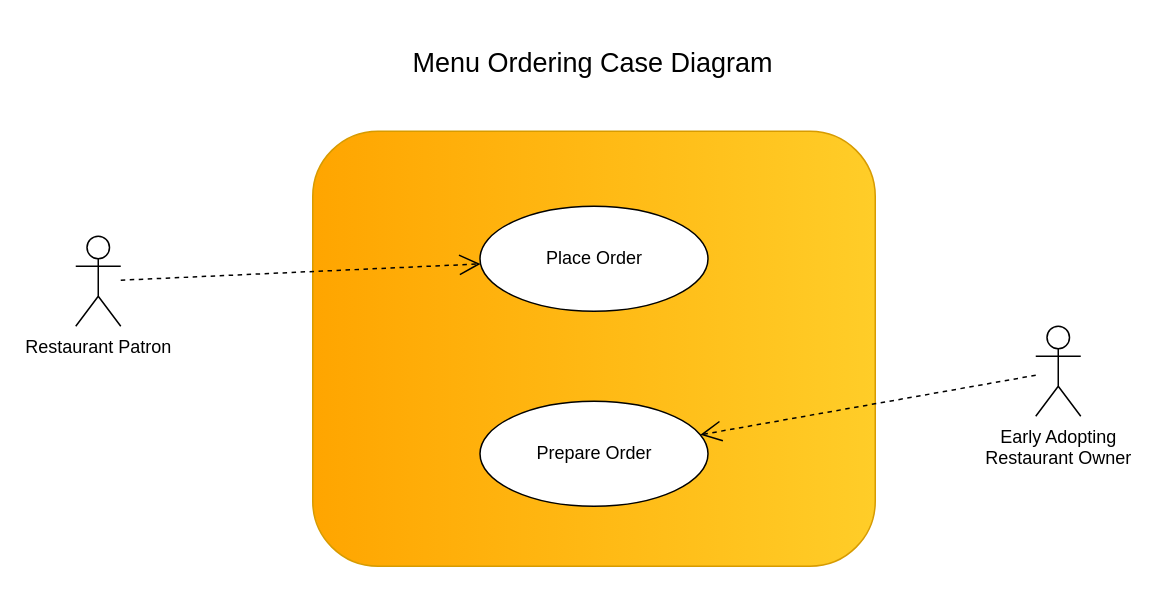
This is page "UseCase" (1 of 3) of diagrams/MenuOrderingDesign.drawio from k0nig1/verkauf-konig, a draw.io file, before an edit. Source tidied: cells renumbered, new cells numbered last; positions are measured from the earlier drawing's top-left corner, leaving out a move shared by most shapes. Both pictures are drawn from the tidied source at 150%, with x=0, y=0 at pixel (75, 26).
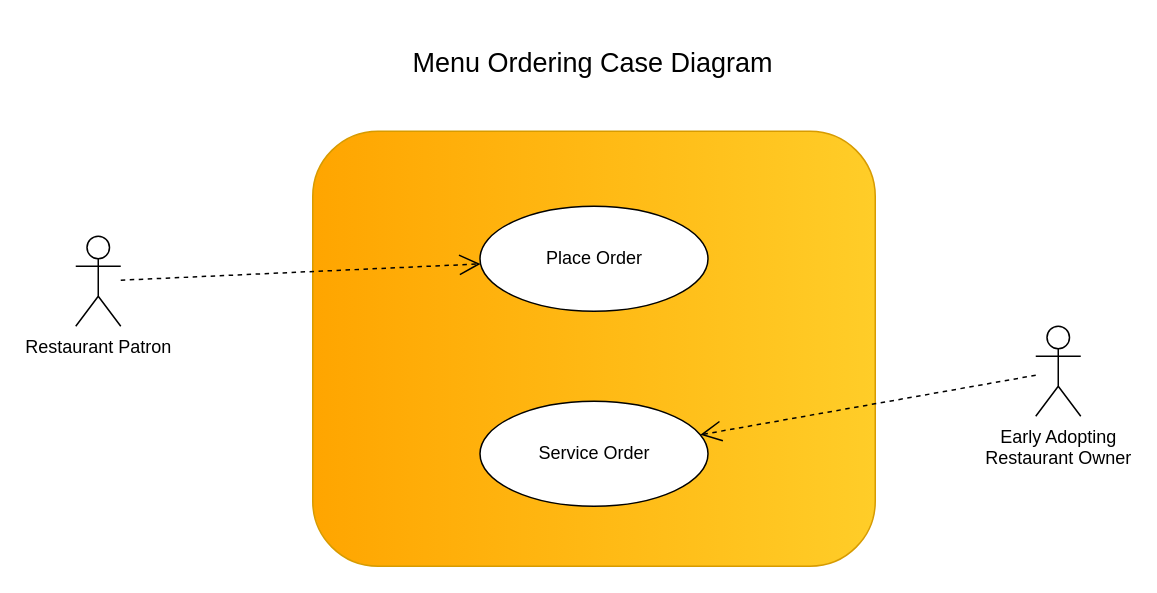
The same page after the edit.

The edit, as a diff of the source:
```diff
@@
 <mxGraphModel>
   <root>
     <mxCell id="0" />
     <mxCell id="1" parent="0" />
     <mxCell id="2" style="group;" parent="1" vertex="1">
       <mxGeometry x="158" y="70" width="375" height="290" as="geometry" />
     </mxCell>
     <mxCell id="3" style="rounded=1;whiteSpace=wrap;html=1;direction=south;fillColor=#ffcd28;strokeColor=#d79b00;gradientColor=#ffa500;" parent="2" vertex="1">
       <mxGeometry width="375" height="290" as="geometry" />
     </mxCell>
     <mxCell id="4" value="Place Order" style="ellipse;whiteSpace=wrap;html=1;" parent="2" vertex="1">
       <mxGeometry x="111.5" y="50" width="152" height="70" as="geometry" />
     </mxCell>
-    <mxCell id="5" value="Prepare Order" style="ellipse;whiteSpace=wrap;html=1;" parent="2" vertex="1">
+    <mxCell id="5" value="Service Order" style="ellipse;whiteSpace=wrap;html=1;" parent="2" vertex="1">
       <mxGeometry x="111.5" y="180" width="152" height="70" as="geometry" />
     </mxCell>
     <mxCell id="6" value="Restaurant Patron" style="shape=umlActor;verticalLabelPosition=bottom;verticalAlign=top;html=1;" parent="1" vertex="1">
       <mxGeometry y="140" width="30" height="60" as="geometry" />
     </mxCell>
     <mxCell id="7" style="endArrow=open;endSize=12;dashed=1;html=1;rounded=0;" parent="1" edge="1" source="6" target="4">
       <mxGeometry x="-0.01" relative="1" as="geometry" />
     </mxCell>
     <mxCell id="8" value="Early Adopting &lt;br&gt;Restaurant Owner" style="shape=umlActor;verticalLabelPosition=bottom;verticalAlign=top;html=1;" parent="1" vertex="1">
       <mxGeometry x="640" y="200" width="30" height="60" as="geometry" />
     </mxCell>
     <mxCell id="9" style="endArrow=open;endSize=12;dashed=1;html=1;rounded=0;" parent="1" edge="1" source="8" target="5">
       <mxGeometry x="-0.01" relative="1" as="geometry" />
     </mxCell>
     <mxCell id="10" value="&lt;font style=&quot;font-size: 18px;&quot;&gt;Menu Ordering Case Diagram&lt;/font&gt;" style="text;html=1;strokeColor=none;fillColor=none;align=center;verticalAlign=middle;whiteSpace=wrap;rounded=0;" parent="1" vertex="1">
       <mxGeometry x="200" width="290" height="50" as="geometry" />
     </mxCell>
   </root>
 </mxGraphModel>
```
